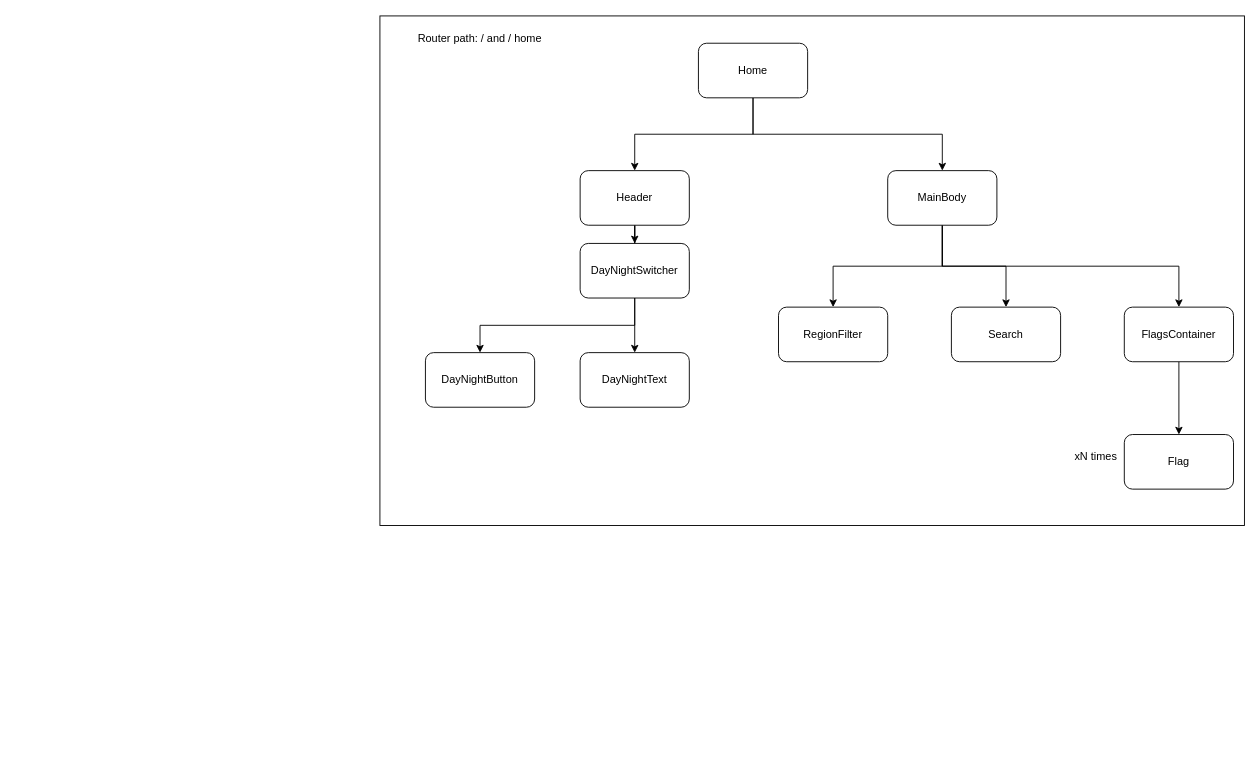
Earlier version of the draw.io diagram comp_architecture.drawio (aisiklar/REST_Countries_API_Project). Source tidied: cells renumbered, new cells numbered last; positions are measured from the earlier drawing's top-left corner, leaving out a move shared by most shapes. Both pictures are drawn from the tidied source at 91%, with x=0, y=0 at pixel (379, 15).
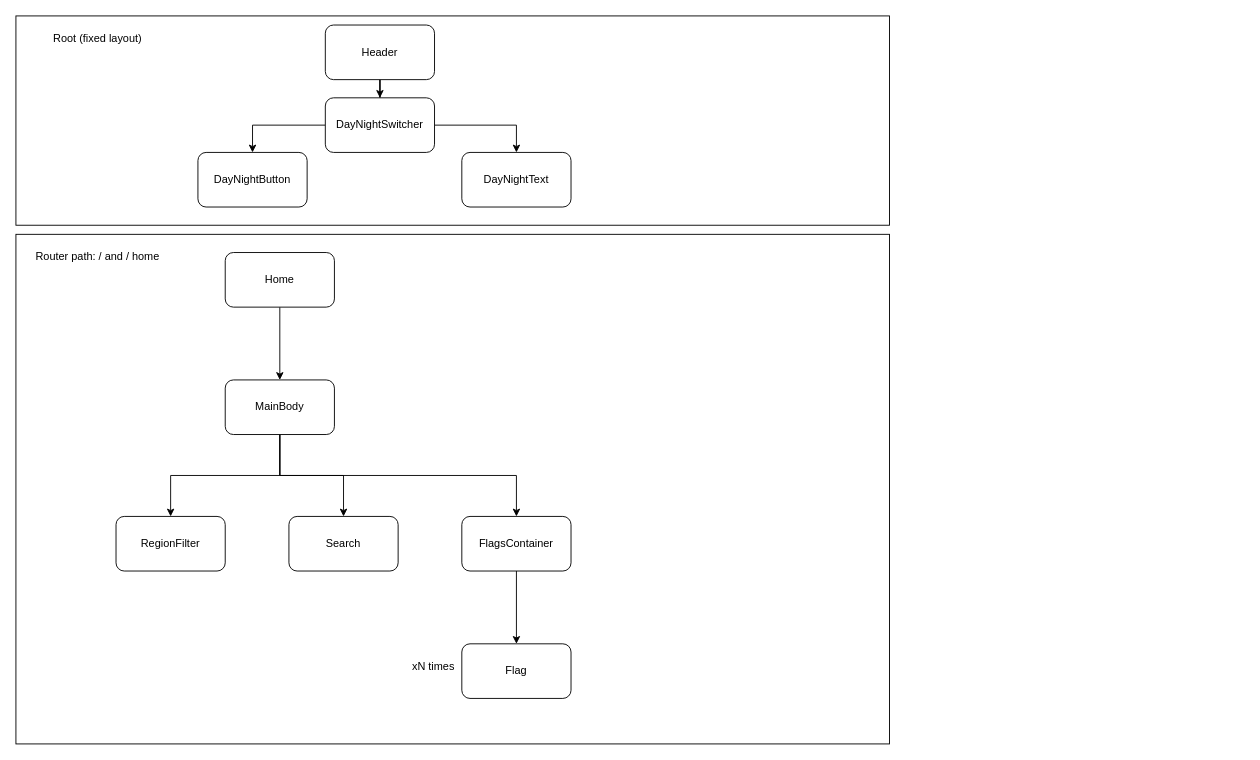
Above is the later version.

The edit, as a diff of the source:
```diff
@@
+    <mxCell id="24" style="rounded=0;whiteSpace=wrap;html=1;" parent="1" vertex="1">
+      <mxGeometry x="-400" width="960" height="230" as="geometry" />
+    </mxCell>
     <mxCell id="2" style="rounded=0;whiteSpace=wrap;html=1;" parent="1" vertex="1">
-      <mxGeometry width="950" height="560" as="geometry" />
+      <mxGeometry x="-400" y="240" width="960" height="560" as="geometry" />
     </mxCell>
-    <mxCell id="3" style="edgeStyle=orthogonalEdgeStyle;rounded=0;jettySize=auto;html=1;exitX=0.5;exitY=1;exitDx=0;exitDy=0;" parent="1" edge="1" source="5" target="7">
-      <mxGeometry relative="1" as="geometry" />
-    </mxCell>
@@
     <mxCell id="5" value="Home" style="rounded=1;whiteSpace=wrap;html=1;" parent="1" vertex="1">
-      <mxGeometry x="350" y="30" width="120" height="60" as="geometry" />
+      <mxGeometry x="-170" y="260" width="120" height="60" as="geometry" />
     </mxCell>
-    <mxCell id="6" style="edgeStyle=orthogonalEdgeStyle;rounded=0;jettySize=auto;html=1;" parent="1" edge="1" source="7" target="18">
-      <mxGeometry relative="1" as="geometry" />
-    </mxCell>
-    <mxCell id="7" value="Header" style="whiteSpace=wrap;html=1;rounded=1;" parent="1" vertex="1">
-      <mxGeometry x="220" y="170" width="120" height="60" as="geometry" />
-    </mxCell>
@@
     <mxCell id="11" value="MainBody" style="rounded=1;whiteSpace=wrap;html=1;" parent="1" vertex="1">
-      <mxGeometry x="558" y="170" width="120" height="60" as="geometry" />
+      <mxGeometry x="-170" y="400" width="120" height="60" as="geometry" />
     </mxCell>
     <mxCell id="12" value="RegionFilter" style="rounded=1;whiteSpace=wrap;html=1;" parent="1" vertex="1">
-      <mxGeometry x="438" y="320" width="120" height="60" as="geometry" />
+      <mxGeometry x="-290" y="550" width="120" height="60" as="geometry" />
     </mxCell>
     <mxCell id="13" value="Search" style="rounded=1;whiteSpace=wrap;html=1;" parent="1" vertex="1">
-      <mxGeometry x="628" y="320" width="120" height="60" as="geometry" />
+      <mxGeometry x="-100" y="550" width="120" height="60" as="geometry" />
     </mxCell>
@@
     <mxCell id="15" value="FlagsContainer" style="rounded=1;whiteSpace=wrap;html=1;" parent="1" vertex="1">
-      <mxGeometry x="818" y="320" width="120" height="60" as="geometry" />
+      <mxGeometry x="90" y="550" width="120" height="60" as="geometry" />
     </mxCell>
+    <mxCell id="21" value="Flag" style="whiteSpace=wrap;html=1;rounded=1;" parent="1" vertex="1">
+      <mxGeometry x="90" y="690" width="120" height="60" as="geometry" />
+    </mxCell>
+    <mxCell id="22" value="xN times" style="text;html=1;strokeColor=none;fillColor=none;align=center;verticalAlign=middle;whiteSpace=wrap;rounded=0;" parent="1" vertex="1">
+      <mxGeometry x="29" y="700" width="60" height="30" as="geometry" />
+    </mxCell>
+    <mxCell id="23" value="Router path: / and / home" style="text;html=1;strokeColor=none;fillColor=none;align=center;verticalAlign=middle;whiteSpace=wrap;rounded=0;" parent="1" vertex="1">
+      <mxGeometry x="-400" y="250" width="180" height="30" as="geometry" />
+    </mxCell>
+    <mxCell id="6" style="edgeStyle=orthogonalEdgeStyle;rounded=0;jettySize=auto;html=1;" parent="1" edge="1" source="7" target="18">
+      <mxGeometry relative="1" as="geometry" />
+    </mxCell>
+    <mxCell id="7" value="Header" style="whiteSpace=wrap;html=1;rounded=1;" parent="1" vertex="1">
+      <mxGeometry x="-60" y="10" width="120" height="60" as="geometry" />
+    </mxCell>
-    <mxCell id="16" style="edgeStyle=orthogonalEdgeStyle;rounded=0;jettySize=auto;html=1;exitX=0.5;exitY=1;exitDx=0;exitDy=0;" parent="1" edge="1" source="18" target="19">
+    <mxCell id="16" style="edgeStyle=orthogonalEdgeStyle;rounded=0;jettySize=auto;html=1;exitX=0;exitY=0.5;exitDx=0;exitDy=0;entryX=0.5;entryY=0;entryDx=0;entryDy=0;" parent="1" edge="1" source="18" target="19">
       <mxGeometry relative="1" as="geometry" />
     </mxCell>
-    <mxCell id="17" style="edgeStyle=orthogonalEdgeStyle;rounded=0;jettySize=auto;html=1;" parent="1" edge="1" source="18" target="20">
+    <mxCell id="17" style="edgeStyle=orthogonalEdgeStyle;rounded=0;jettySize=auto;html=1;exitX=1;exitY=0.5;exitDx=0;exitDy=0;entryX=0.5;entryY=0;entryDx=0;entryDy=0;" parent="1" edge="1" source="18" target="20">
       <mxGeometry relative="1" as="geometry" />
     </mxCell>
     <mxCell id="18" value="DayNightSwitcher" style="whiteSpace=wrap;html=1;rounded=1;" parent="1" vertex="1">
-      <mxGeometry x="220" y="250" width="120" height="60" as="geometry" />
+      <mxGeometry x="-60" y="90" width="120" height="60" as="geometry" />
     </mxCell>
     <mxCell id="19" value="DayNightButton" style="whiteSpace=wrap;html=1;rounded=1;" parent="1" vertex="1">
-      <mxGeometry x="50" y="370" width="120" height="60" as="geometry" />
+      <mxGeometry x="-200" y="150" width="120" height="60" as="geometry" />
     </mxCell>
     <mxCell id="20" value="DayNightText" style="whiteSpace=wrap;html=1;rounded=1;" parent="1" vertex="1">
-      <mxGeometry x="220" y="370" width="120" height="60" as="geometry" />
+      <mxGeometry x="90" y="150" width="120" height="60" as="geometry" />
     </mxCell>
-    <mxCell id="21" value="Flag" style="whiteSpace=wrap;html=1;rounded=1;" parent="1" vertex="1">
-      <mxGeometry x="818" y="460" width="120" height="60" as="geometry" />
-    </mxCell>
-    <mxCell id="22" value="xN times" style="text;html=1;strokeColor=none;fillColor=none;align=center;verticalAlign=middle;whiteSpace=wrap;rounded=0;" parent="1" vertex="1">
-      <mxGeometry x="757" y="470" width="60" height="30" as="geometry" />
-    </mxCell>
-    <mxCell id="23" value="Router path: / and / home" style="text;html=1;strokeColor=none;fillColor=none;align=center;verticalAlign=middle;whiteSpace=wrap;rounded=0;" parent="1" vertex="1">
-      <mxGeometry y="10" width="220" height="30" as="geometry" />
-    </mxCell>
+    <mxCell id="25" value="Root (fixed layout)" style="text;html=1;strokeColor=none;fillColor=none;align=center;verticalAlign=middle;whiteSpace=wrap;rounded=0;" parent="1" vertex="1">
+      <mxGeometry x="-400" y="10" width="180" height="30" as="geometry" />
+    </mxCell>
```
